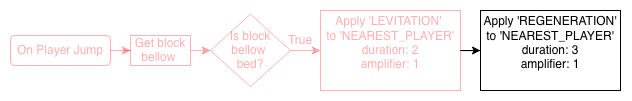
Before: tutorials/python-islands/island-7/bed_bouncer/images/flowchart-landscape_3.png, a diagram exported from draw.io (CausewayDigital/Minecraft-EE-MakeCode). Source tidied: cells renumbered, new cells last; positions are measured from the earlier drawing's top-left corner, leaving out a move shared by most shapes.
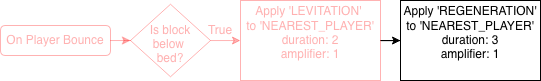
Later version of the same file.

Diff of the diagram source:
```diff
@@ -2,35 +2,31 @@
   <root>
     <mxCell id="0" />
     <mxCell id="1" parent="0" />
-    <mxCell id="2" style="edgeStyle=orthogonalEdgeStyle;rounded=0;jettySize=auto;html=1;fontColor=light-dark(#FF0000,#EDEDED);textOpacity=30;strokeColor=#FF0000;opacity=30;" parent="1" edge="1" source="3" target="11">
-      <mxGeometry relative="1" as="geometry" />
+    <mxCell id="2" style="edgeStyle=orthogonalEdgeStyle;rounded=0;jettySize=auto;html=1;fontColor=#FF0000;textOpacity=30;strokeColor=#FF0000;opacity=30;" parent="1" edge="1" source="3">
+      <mxGeometry relative="1" as="geometry">
+        <mxPoint x="200" y="40" as="targetPoint" />
+      </mxGeometry>
     </mxCell>
-    <mxCell id="3" value="On Player Jump" style="rounded=1;whiteSpace=wrap;html=1;fontColor=light-dark(#FF0000,#EDEDED);textOpacity=30;strokeColor=#FF0000;opacity=30;" parent="1" vertex="1">
-      <mxGeometry y="25" width="100" height="30" as="geometry" />
+    <mxCell id="3" value="On Player Bounce" style="rounded=1;whiteSpace=wrap;html=1;fontColor=#FF0000;textOpacity=30;strokeColor=#FF0000;opacity=30;" parent="1" vertex="1">
+      <mxGeometry x="70" y="25" width="110" height="30" as="geometry" />
     </mxCell>
-    <mxCell id="4" style="edgeStyle=orthogonalEdgeStyle;rounded=0;jettySize=auto;html=1;fontColor=light-dark(#FF0000,#EDEDED);textOpacity=30;strokeColor=#FF0000;opacity=30;" parent="1" edge="1" source="5" target="7">
+    <mxCell id="4" style="edgeStyle=orthogonalEdgeStyle;rounded=0;jettySize=auto;html=1;fontColor=#FF0000;textOpacity=30;strokeColor=#FF0000;opacity=30;" parent="1" edge="1" source="5" target="7">
       <mxGeometry relative="1" as="geometry" />
     </mxCell>
-    <mxCell id="5" value="&lt;div&gt;Is block&lt;/div&gt;&lt;div&gt;bellow&amp;nbsp;&lt;/div&gt;&lt;div&gt;bed?&lt;/div&gt;" style="rhombus;whiteSpace=wrap;html=1;fontColor=light-dark(#FF0000,#EDEDED);textOpacity=30;strokeColor=#FF0000;opacity=30;" parent="1" vertex="1">
+    <mxCell id="5" value="&lt;div&gt;Is block&lt;/div&gt;&lt;div&gt;below&amp;nbsp;&lt;/div&gt;&lt;div&gt;bed?&lt;/div&gt;" style="rhombus;whiteSpace=wrap;html=1;spacingTop=8;fontColor=#FF0000;textOpacity=30;strokeColor=#FF0000;opacity=30;" parent="1" vertex="1">
       <mxGeometry x="200" y="3.8" width="80" height="72.5" as="geometry" />
     </mxCell>
     <mxCell id="6" style="edgeStyle=orthogonalEdgeStyle;rounded=0;jettySize=auto;html=1;" parent="1" edge="1" source="7" target="8">
       <mxGeometry relative="1" as="geometry" />
     </mxCell>
-    <mxCell id="7" value="&lt;div align=&quot;center&quot;&gt;Apply 'LEVITATION'&amp;nbsp;&lt;/div&gt;&lt;div align=&quot;center&quot;&gt;to 'NEAREST_PLAYER'&lt;/div&gt;&lt;div align=&quot;center&quot;&gt;duration: 2&lt;/div&gt;&lt;div align=&quot;center&quot;&gt;amplifier: 1&lt;/div&gt;&lt;div&gt;&lt;span style=&quot;font-family: monospace; font-size: 0px;&quot;&gt;%3CmxGraphModel%3E%3Croot%3E%3CmxCell%20id%3D%220%22%2F%3E%3CmxCell%20id%3D%221%22%20parent%3D%220%22%2F%3E%3CmxCell%20id%3D%222%22%20value%3D%22On%20Player%20Jump%22%20style%3D%22rounded%3D1%3BwhiteSpace%3Dwrap%3Bhtml%3D1%3B%22%20vertex%3D%221%22%20parent%3D%221%22%3E%3CmxGeometry%20x%3D%22540%22%20y%3D%22280%22%20width%3D%22120%22%20height%3D%2240%22%20as%3D%22geometry%22%2F%3E%3C%2FmxCell%3E%3C%2Froot%3E%3C%2FmxGraphMod&lt;/span&gt;&lt;/div&gt;" style="rounded=0;whiteSpace=wrap;html=1;fontColor=light-dark(#FF0000,#EDEDED);textOpacity=30;strokeColor=#FF0000;opacity=30;" parent="1" vertex="1">
+    <mxCell id="7" value="&lt;div align=&quot;center&quot;&gt;Apply 'LEVITATION'&amp;nbsp;&lt;/div&gt;&lt;div align=&quot;center&quot;&gt;to 'NEAREST_PLAYER'&lt;/div&gt;&lt;div align=&quot;center&quot;&gt;duration: 2&lt;/div&gt;&lt;div align=&quot;center&quot;&gt;amplifier: 1&lt;/div&gt;&lt;div&gt;&lt;span style=&quot;font-family: monospace; font-size: 0px;&quot;&gt;%3CmxGraphModel%3E%3Croot%3E%3CmxCell%20id%3D%220%22%2F%3E%3CmxCell%20id%3D%221%22%20parent%3D%220%22%2F%3E%3CmxCell%20id%3D%222%22%20value%3D%22On%20Player%20Jump%22%20style%3D%22rounded%3D1%3BwhiteSpace%3Dwrap%3Bhtml%3D1%3B%22%20vertex%3D%221%22%20parent%3D%221%22%3E%3CmxGeometry%20x%3D%22540%22%20y%3D%22280%22%20width%3D%22120%22%20height%3D%2240%22%20as%3D%22geometry%22%2F%3E%3C%2FmxCell%3E%3C%2Froot%3E%3C%2FmxGraphMod&lt;/span&gt;&lt;/div&gt;" style="rounded=0;whiteSpace=wrap;html=1;fontColor=#FF0000;textOpacity=30;strokeColor=#FF0000;opacity=30;" parent="1" vertex="1">
       <mxGeometry x="310" width="140" height="80" as="geometry" />
     </mxCell>
     <mxCell id="8" value="&lt;div&gt;Apply 'REGENERATION'&lt;/div&gt;&lt;div&gt;to 'NEAREST_PLAYER'&lt;/div&gt;&lt;div&gt;duration: 3&lt;/div&gt;&lt;div&gt;amplifier: 1&lt;/div&gt;&lt;div&gt;&lt;span style=&quot;color: rgba(0, 0, 0, 0); font-family: monospace; font-size: 0px;&quot;&gt;Ddur%3CmxGraphModel%3E%3Croot%3E%3CmxCell%20id%3D%220%22%2F%3E%3CmxCell%20id%3D%221%22%20parent%3D%220%22%2F%3E%3CmxCell%20id%3D%222%22%20value%3D%22On%20Player%20Jump%22%20style%3D%22rounded%3D1%3BwhiteSpace%3Dwrap%3Bhtml%3D1%3B%22%20vertex%3D%221%22%20parent%3D%221%22%3E%3CmxGeometry%20x%3D%22540%22%20y%3D%22280%22%20width%3D%22120%22%20height%3D%2240%22%20as%3D%22geometry%22%2F%3E%3C%2FmxCell%3E%3C%2Froot%3E%3C%2FmxGraphModel%3Ed&lt;/span&gt;&lt;/div&gt;" style="rounded=0;whiteSpace=wrap;html=1;" parent="1" vertex="1">
       <mxGeometry x="470" width="140" height="80" as="geometry" />
     </mxCell>
-    <mxCell id="9" value="True" style="text;html=1;strokeColor=none;fillColor=none;align=center;verticalAlign=middle;whiteSpace=wrap;rounded=0;fontColor=light-dark(#FF0000,#EDEDED);textOpacity=30;" parent="1" vertex="1">
+    <mxCell id="9" value="True" style="text;html=1;strokeColor=none;fillColor=none;align=center;verticalAlign=middle;whiteSpace=wrap;rounded=0;fontColor=#FF0000;textOpacity=30;" parent="1" vertex="1">
       <mxGeometry x="270" y="20" width="40" height="20" as="geometry" />
     </mxCell>
-    <mxCell id="10" style="edgeStyle=orthogonalEdgeStyle;rounded=0;jettySize=auto;html=1;fontColor=light-dark(#FF0000,#EDEDED);textOpacity=30;strokeColor=#FF0000;opacity=30;" parent="1" edge="1" source="11" target="5">
-      <mxGeometry relative="1" as="geometry" />
-    </mxCell>
-    <mxCell id="11" value="Get block bellow&amp;nbsp;" style="rounded=0;whiteSpace=wrap;html=1;fontColor=light-dark(#FF0000,#EDEDED);textOpacity=30;strokeColor=#FF0000;opacity=30;" parent="1" vertex="1">
-      <mxGeometry x="120" y="25" width="60" height="30" as="geometry" />
-    </mxCell>
   </root>
 </mxGraphModel>
```
